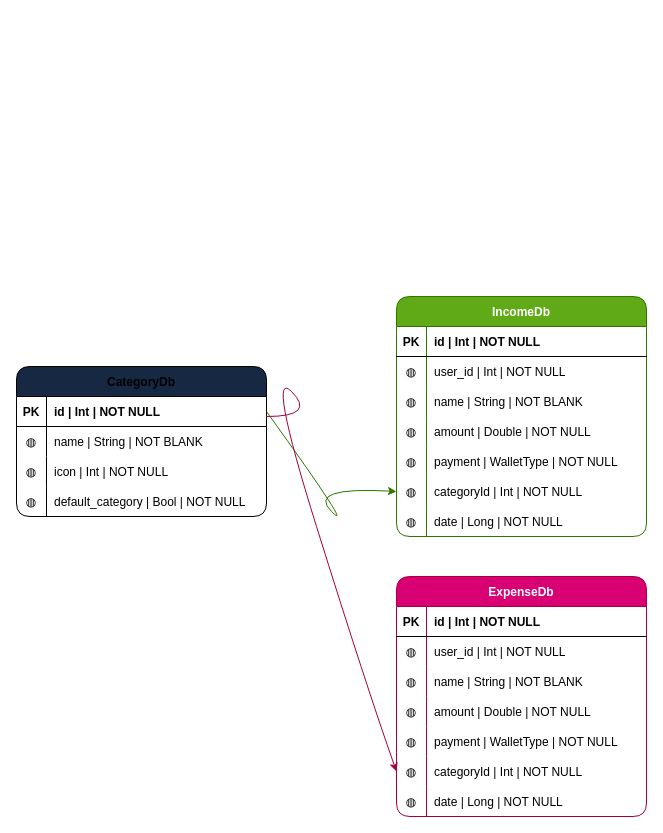
Above: DailyCost-Database.drawio in kafri8889/resources (draw.io), before the change. Source tidied: cells renumbered, new cells numbered last; positions are measured from the earlier drawing's top-left corner, leaving out a move shared by most shapes. Both pictures are drawn from the tidied source at 100%, with x=0, y=0 at pixel (16, 296).
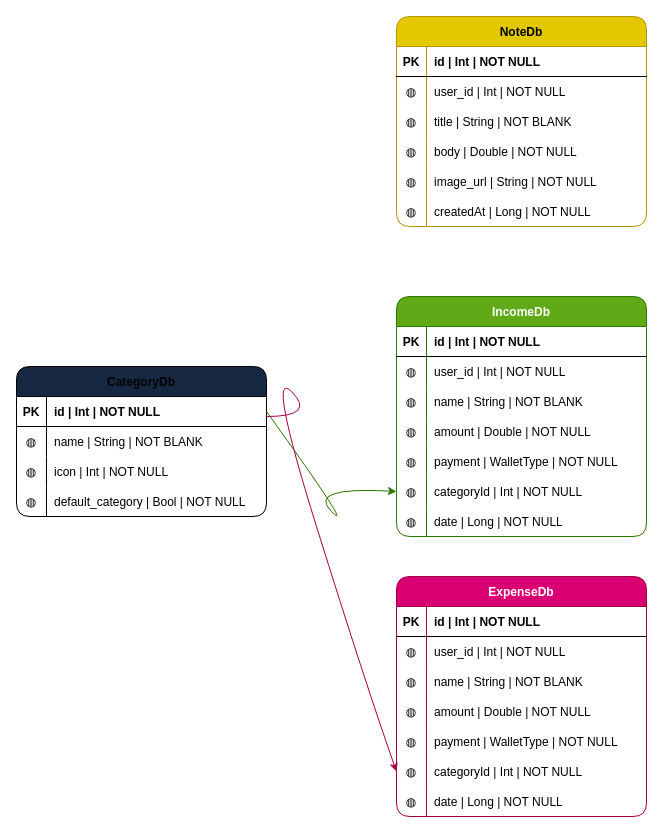
Above is the later version.

Diff of the diagram source:
```diff
@@
+    <mxCell id="61" value="NoteDb" style="shape=table;startSize=30;childLayout=tableLayout;rowLines=0;fontStyle=1;align=center;rounded=1;fillColor=#e3c800;fontColor=#000000;strokeColor=#B09500;" parent="1" vertex="1">
+      <mxGeometry x="380" y="-280" width="250" height="210" as="geometry" />
+    </mxCell>
+    <mxCell id="62" style="shape=partialRectangle;fillColor=none;top=0;left=0;right=0;bottom=1;" parent="61" vertex="1">
+      <mxGeometry y="30" width="250" height="30" as="geometry" />
+    </mxCell>
+    <mxCell id="63" value="PK" style="shape=partialRectangle;overflow=hidden;fillColor=none;top=0;left=0;bottom=0;right=0;fontStyle=1;" parent="62" vertex="1">
+      <mxGeometry width="30" height="30" as="geometry" />
+    </mxCell>
+    <mxCell id="64" value="id | Int | NOT NULL" style="shape=partialRectangle;overflow=hidden;fillColor=none;top=0;left=0;bottom=0;right=0;align=left;spacingLeft=6;fontStyle=1;" parent="62" vertex="1">
+      <mxGeometry x="30" width="220" height="30" as="geometry" />
+    </mxCell>
+    <mxCell id="65" style="shape=partialRectangle;fillColor=none;top=0;left=0;right=0;bottom=0;" parent="61" vertex="1">
+      <mxGeometry y="60" width="250" height="30" as="geometry" />
+    </mxCell>
+    <mxCell id="66" value="◍" style="shape=partialRectangle;overflow=hidden;fillColor=none;top=0;left=0;bottom=0;right=0;" parent="65" vertex="1">
+      <mxGeometry width="30" height="30" as="geometry" />
+    </mxCell>
+    <mxCell id="67" value="user_id | Int | NOT NULL" style="shape=partialRectangle;overflow=hidden;fillColor=none;top=0;left=0;bottom=0;right=0;align=left;spacingLeft=6;" parent="65" vertex="1">
+      <mxGeometry x="30" width="220" height="30" as="geometry" />
+    </mxCell>
+    <mxCell id="68" style="shape=partialRectangle;fillColor=none;top=0;left=0;right=0;bottom=0;" parent="61" vertex="1">
+      <mxGeometry y="90" width="250" height="30" as="geometry" />
+    </mxCell>
+    <mxCell id="69" value="◍" style="shape=partialRectangle;overflow=hidden;fillColor=none;top=0;left=0;bottom=0;right=0;" parent="68" vertex="1">
+      <mxGeometry width="30" height="30" as="geometry" />
+    </mxCell>
+    <mxCell id="70" value="title | String | NOT BLANK" style="shape=partialRectangle;overflow=hidden;fillColor=none;top=0;left=0;bottom=0;right=0;align=left;spacingLeft=6;" parent="68" vertex="1">
+      <mxGeometry x="30" width="220" height="30" as="geometry" />
+    </mxCell>
+    <mxCell id="71" style="shape=partialRectangle;fillColor=none;top=0;left=0;right=0;bottom=0;" parent="61" vertex="1">
+      <mxGeometry y="120" width="250" height="30" as="geometry" />
+    </mxCell>
+    <mxCell id="72" value="◍" style="shape=partialRectangle;overflow=hidden;fillColor=none;top=0;left=0;bottom=0;right=0;" parent="71" vertex="1">
+      <mxGeometry width="30" height="30" as="geometry" />
+    </mxCell>
+    <mxCell id="73" value="body | Double | NOT NULL" style="shape=partialRectangle;overflow=hidden;fillColor=none;top=0;left=0;bottom=0;right=0;align=left;spacingLeft=6;" parent="71" vertex="1">
+      <mxGeometry x="30" width="220" height="30" as="geometry" />
+    </mxCell>
+    <mxCell id="74" style="shape=partialRectangle;fillColor=none;top=0;left=0;right=0;bottom=0;" parent="61" vertex="1">
+      <mxGeometry y="150" width="250" height="30" as="geometry" />
+    </mxCell>
+    <mxCell id="75" value="◍" style="shape=partialRectangle;overflow=hidden;fillColor=none;top=0;left=0;bottom=0;right=0;" parent="74" vertex="1">
+      <mxGeometry width="30" height="30" as="geometry" />
+    </mxCell>
+    <mxCell id="76" value="image_url | String | NOT NULL" style="shape=partialRectangle;overflow=hidden;fillColor=none;top=0;left=0;bottom=0;right=0;align=left;spacingLeft=6;" parent="74" vertex="1">
+      <mxGeometry x="30" width="220" height="30" as="geometry" />
+    </mxCell>
+    <mxCell id="77" style="shape=partialRectangle;fillColor=none;top=0;left=0;right=0;bottom=0;" parent="61" vertex="1">
+      <mxGeometry y="180" width="250" height="30" as="geometry" />
+    </mxCell>
+    <mxCell id="78" value="◍" style="shape=partialRectangle;overflow=hidden;fillColor=none;top=0;left=0;bottom=0;right=0;" parent="77" vertex="1">
+      <mxGeometry width="30" height="30" as="geometry" />
+    </mxCell>
+    <mxCell id="79" value="createdAt | Long | NOT NULL" style="shape=partialRectangle;overflow=hidden;fillColor=none;top=0;left=0;bottom=0;right=0;align=left;spacingLeft=6;" parent="77" vertex="1">
+      <mxGeometry x="30" width="220" height="30" as="geometry" />
+    </mxCell>
```
